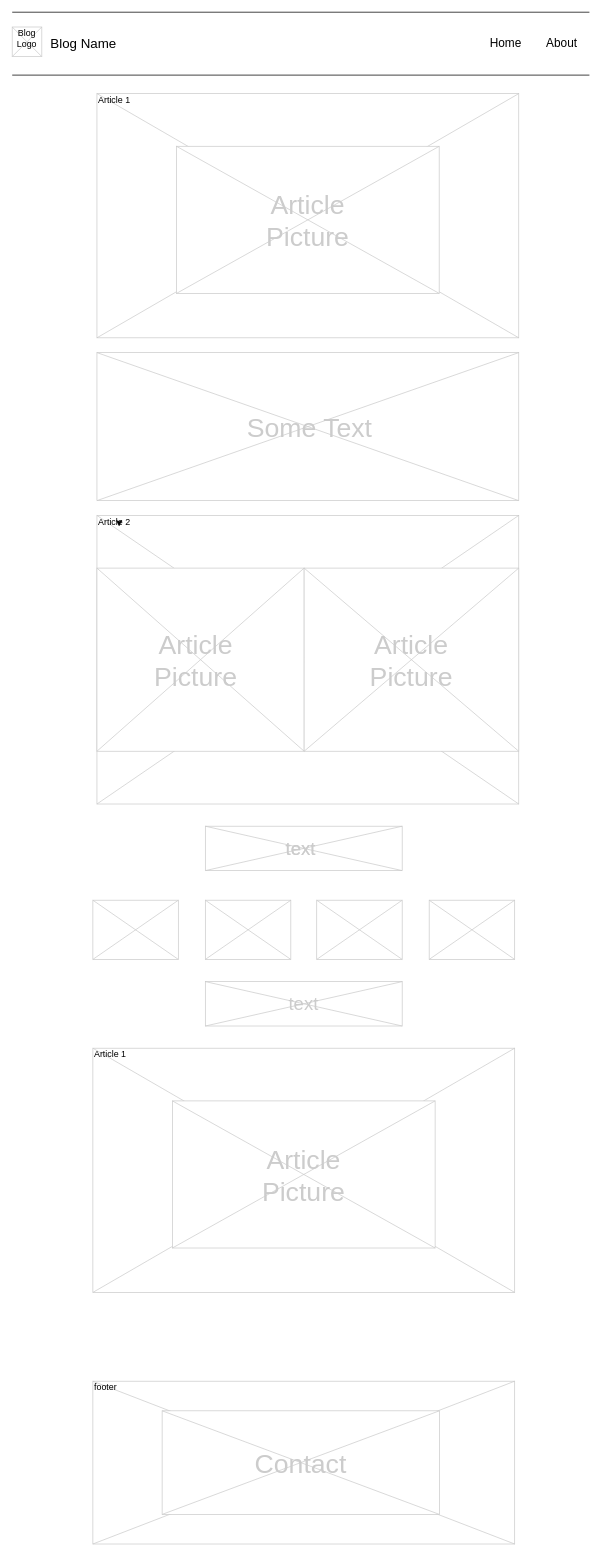
Muffeter/selfsh keeps this draw.io diagram as 未命名绘图.drawio. Above is the earlier version. Source tidied: cells renumbered, new cells numbered last; positions are measured from the earlier drawing's top-left corner, leaving out a move shared by most shapes. Both pictures are drawn from the tidied source at 74%, with x=0, y=0 at pixel (12, 8).
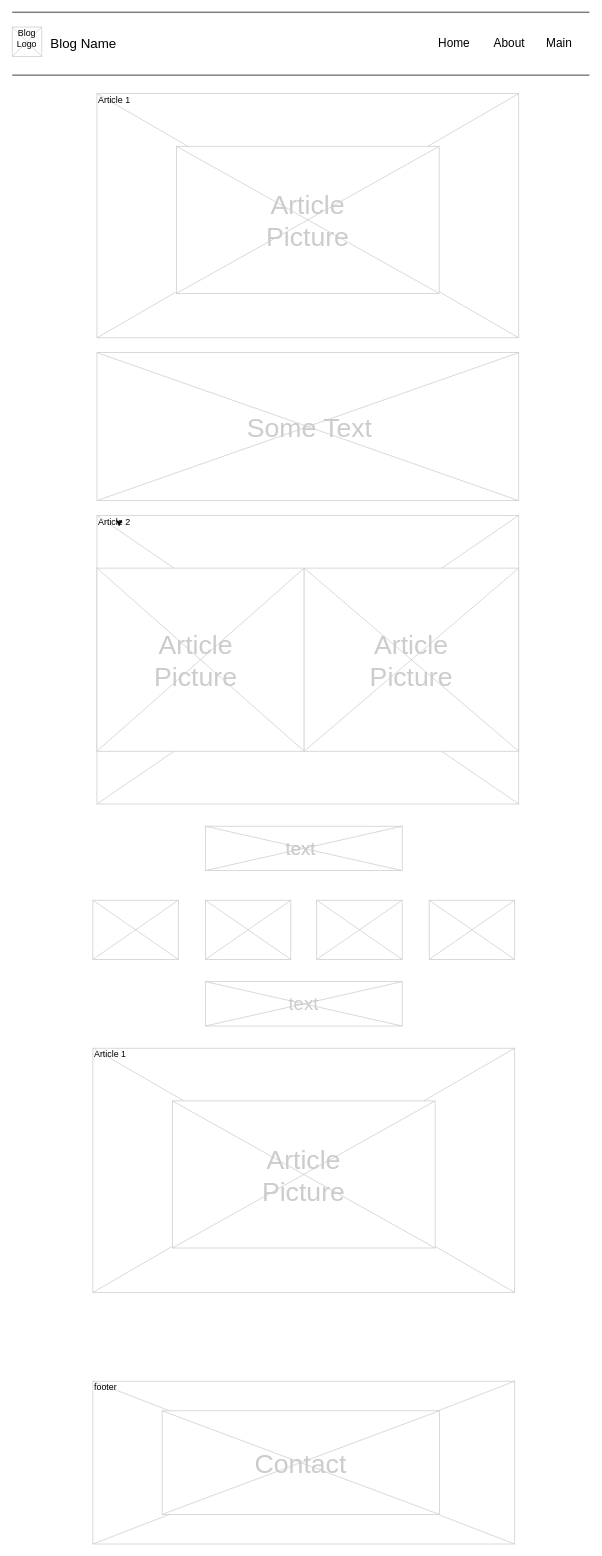
The same diagram, later.

What changed in the source:
```diff
@@
     <mxCell id="6" value="Home" style="text;spacingTop=-5;fontSize=16;" parent="1" vertex="1">
-      <mxGeometry x="643.8" y="35" width="36.2" height="20" as="geometry" />
+      <mxGeometry x="574" y="35" width="36.2" height="20" as="geometry" />
     </mxCell>
     <mxCell id="7" value="About" style="text;spacingTop=-5;fontSize=16;" parent="1" vertex="1">
-      <mxGeometry x="720" y="35" width="30" height="20" as="geometry" />
+      <mxGeometry x="649" y="35" width="30" height="20" as="geometry" />
     </mxCell>
@@
+    <mxCell id="41" value="Main" style="text;spacingTop=-5;fontSize=16;" parent="1" vertex="1">
+      <mxGeometry x="720" y="35" width="36.2" height="20" as="geometry" />
+    </mxCell>
```
